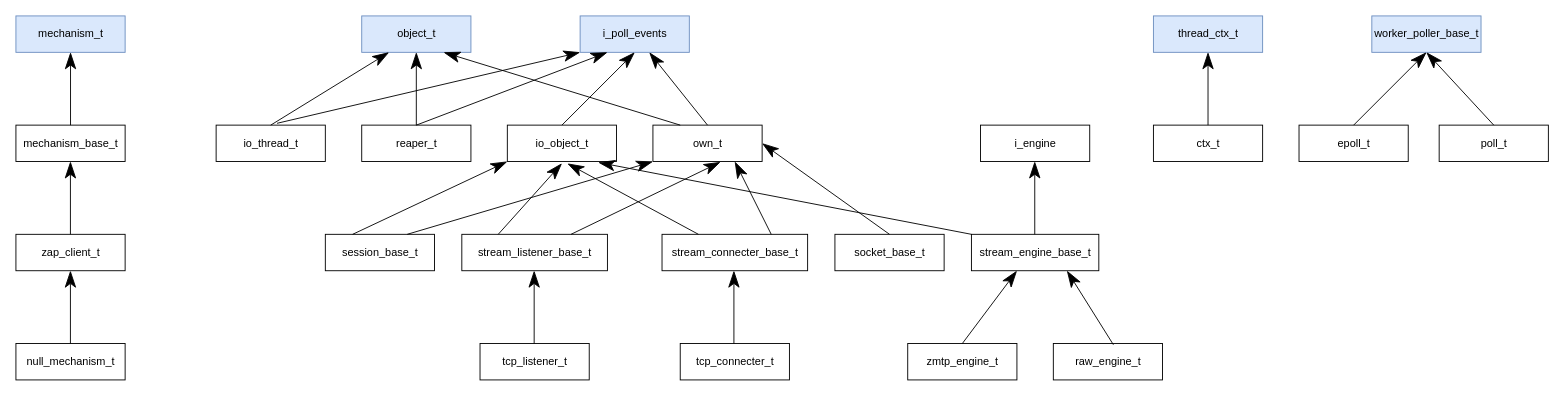
Above: page "系统级类图" (11 of 13) of ZeroMQ.drawio in LongJingGit/libzmq (draw.io), before the change. Source tidied: cells renumbered, new cells numbered last; positions are measured from the earlier drawing's top-left corner, leaving out a move shared by most shapes. Both pictures are drawn from the tidied source at 91%, with x=0, y=0 at pixel (15, 15).
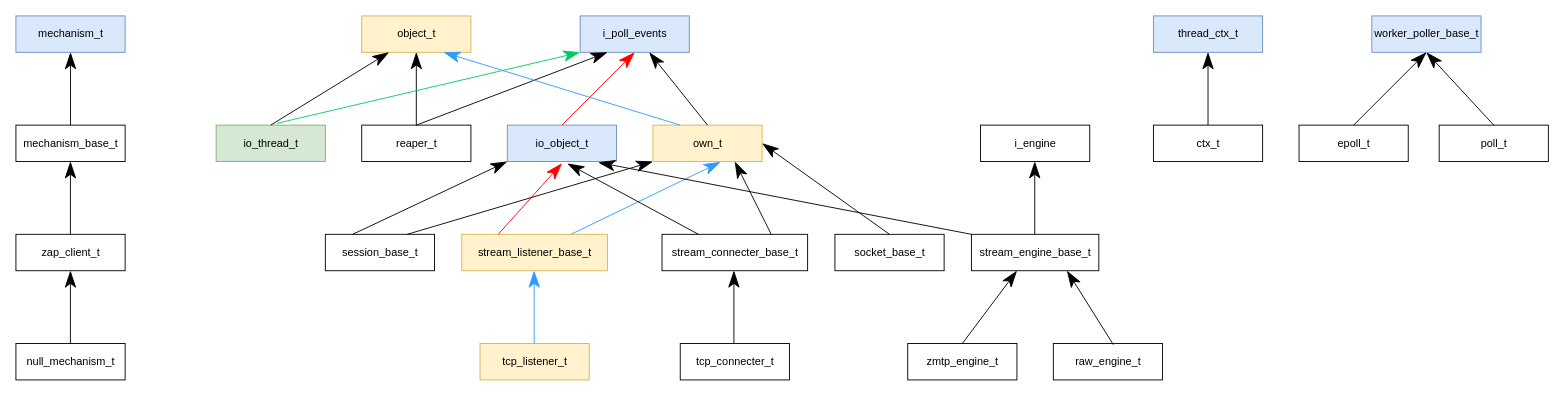
Above is the later version.

The change refers to these unchanged cells:
```xml
<mxCell id="2" value="i_poll_events" style="html=1;fillColor=#dae8fc;strokeColor=#6c8ebf;" parent="1" vertex="1">
  <mxGeometry x="620" width="120" height="40" as="geometry" />
</mxCell>
```

Diff of the diagram source:
```diff
@@
-    <mxCell id="3" value="io_object_t" style="html=1;fillColor=#FFFFFF;" parent="1" vertex="1">
+    <mxCell id="3" value="io_object_t" style="html=1;fillColor=#dae8fc;strokeColor=#6c8ebf;" parent="1" vertex="1">
       <mxGeometry x="540" y="120" width="120" height="40" as="geometry" />
     </mxCell>
-    <mxCell id="4" value="own_t" style="html=1;fillColor=#FFFFFF;" parent="1" vertex="1">
+    <mxCell id="4" value="own_t" style="html=1;fillColor=#fff2cc;strokeColor=#d6b656;" parent="1" vertex="1">
       <mxGeometry x="700" y="120" width="120" height="40" as="geometry" />
     </mxCell>
-    <mxCell id="5" value="stream_listener_base_t" style="html=1;fillColor=#FFFFFF;" parent="1" vertex="1">
+    <mxCell id="5" value="stream_listener_base_t" style="html=1;fillColor=#fff2cc;strokeColor=#d6b656;" parent="1" vertex="1">
       <mxGeometry x="490" y="240" width="160" height="40" as="geometry" />
     </mxCell>
-    <mxCell id="6" value="tcp_listener_t" style="html=1;fillColor=#FFFFFF;" parent="1" vertex="1">
+    <mxCell id="6" value="tcp_listener_t" style="html=1;fillColor=#fff2cc;strokeColor=#d6b656;" parent="1" vertex="1">
       <mxGeometry x="510" y="360" width="120" height="40" as="geometry" />
     </mxCell>
-    <mxCell id="7" style="endArrow=classicThin;endSize=16;endFill=1;html=1;exitX=0.5;exitY=0;exitDx=0;exitDy=0;entryX=0.5;entryY=1;entryDx=0;entryDy=0;" parent="1" edge="1">
+    <mxCell id="7" style="endArrow=classicThin;endSize=16;endFill=1;html=1;exitX=0.5;exitY=0;exitDx=0;exitDy=0;entryX=0.5;entryY=1;entryDx=0;entryDy=0;strokeColor=#3399FF;" parent="1" edge="1">
       <mxGeometry relative="1" as="geometry">
         <mxPoint x="569.5" y="360" as="sourcePoint" />
         <mxPoint x="569.5" y="280" as="targetPoint" />
       </mxGeometry>
     </mxCell>
-    <mxCell id="8" style="endArrow=classicThin;endSize=16;endFill=1;html=1;exitX=0.25;exitY=0;exitDx=0;exitDy=0;" parent="1" edge="1" source="5">
+    <mxCell id="8" style="endArrow=classicThin;endSize=16;endFill=1;html=1;exitX=0.25;exitY=0;exitDx=0;exitDy=0;strokeColor=#FF0000;" parent="1" edge="1" source="5">
       <mxGeometry relative="1" as="geometry">
         <mxPoint x="600" y="162" as="targetPoint" />
       </mxGeometry>
     </mxCell>
-    <mxCell id="9" style="endArrow=classicThin;endSize=16;endFill=1;html=1;exitX=0.75;exitY=0;exitDx=0;exitDy=0;entryX=0.619;entryY=1.013;entryDx=0;entryDy=0;entryPerimeter=0;" parent="1" edge="1" source="5" target="4">
+    <mxCell id="9" style="endArrow=classicThin;endSize=16;endFill=1;html=1;exitX=0.75;exitY=0;exitDx=0;exitDy=0;entryX=0.619;entryY=1.013;entryDx=0;entryDy=0;entryPerimeter=0;strokeColor=#3399FF;" parent="1" edge="1" source="5" target="4">
       <mxGeometry relative="1" as="geometry" />
     </mxCell>
-    <mxCell id="10" style="endArrow=classicThin;endSize=16;endFill=1;html=1;exitX=0.5;exitY=0;exitDx=0;exitDy=0;entryX=0.5;entryY=1;entryDx=0;entryDy=0;rounded=0;" parent="1" edge="1" source="3" target="2">
+    <mxCell id="10" style="endArrow=classicThin;endSize=16;endFill=1;html=1;exitX=0.5;exitY=0;exitDx=0;exitDy=0;entryX=0.5;entryY=1;entryDx=0;entryDy=0;rounded=0;strokeColor=#FF0000;" parent="1" edge="1" source="3" target="2">
       <mxGeometry relative="1" as="geometry" />
     </mxCell>
@@
-    <mxCell id="20" value="object_t" style="html=1;fillColor=#dae8fc;strokeColor=#6c8ebf;" parent="1" vertex="1">
+    <mxCell id="20" value="object_t" style="html=1;fillColor=#fff2cc;strokeColor=#d6b656;" parent="1" vertex="1">
       <mxGeometry x="380" width="120" height="40" as="geometry" />
     </mxCell>
@@
-    <mxCell id="24" value="io_thread_t" style="html=1;fillColor=#FFFFFF;" parent="1" vertex="1">
+    <mxCell id="24" value="io_thread_t" style="html=1;fillColor=#d5e8d4;strokeColor=#82b366;" parent="1" vertex="1">
       <mxGeometry x="220" y="120" width="120" height="40" as="geometry" />
     </mxCell>
@@
-    <mxCell id="26" style="endArrow=classicThin;endSize=16;endFill=1;html=1;exitX=0.558;exitY=-0.05;exitDx=0;exitDy=0;entryX=0;entryY=1;entryDx=0;entryDy=0;rounded=0;exitPerimeter=0;" parent="1" edge="1" source="24" target="2">
+    <mxCell id="26" style="endArrow=classicThin;endSize=16;endFill=1;html=1;exitX=0.558;exitY=-0.05;exitDx=0;exitDy=0;entryX=0;entryY=1;entryDx=0;entryDy=0;rounded=0;exitPerimeter=0;strokeColor=#00CC66;" parent="1" edge="1" source="24" target="2">
       <mxGeometry relative="1" as="geometry" />
     </mxCell>
@@
-    <mxCell id="32" style="endArrow=classicThin;endSize=16;endFill=1;html=1;exitX=0.25;exitY=0;exitDx=0;exitDy=0;rounded=0;entryX=0.75;entryY=1;entryDx=0;entryDy=0;" parent="1" edge="1" source="4" target="20">
+    <mxCell id="32" style="endArrow=classicThin;endSize=16;endFill=1;html=1;exitX=0.25;exitY=0;exitDx=0;exitDy=0;rounded=0;entryX=0.75;entryY=1;entryDx=0;entryDy=0;strokeColor=#3399FF;" parent="1" edge="1" source="4" target="20">
       <mxGeometry relative="1" as="geometry" />
     </mxCell>
```
